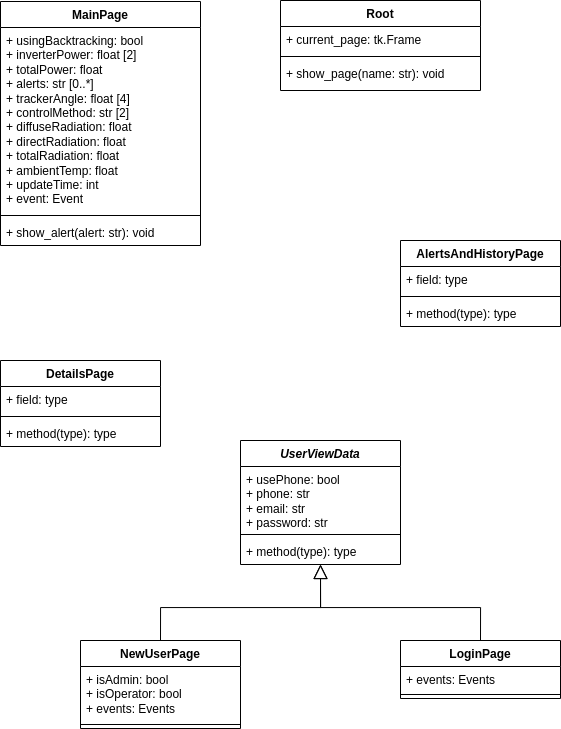
Earlier version of the draw.io export diagrama de classes - view.drawio.png (jaedson-barbosa/supervisorio-solar-ufpb-docs). Source tidied: cells renumbered, new cells last; positions are measured from the earlier drawing's top-left corner, leaving out a move shared by most shapes.
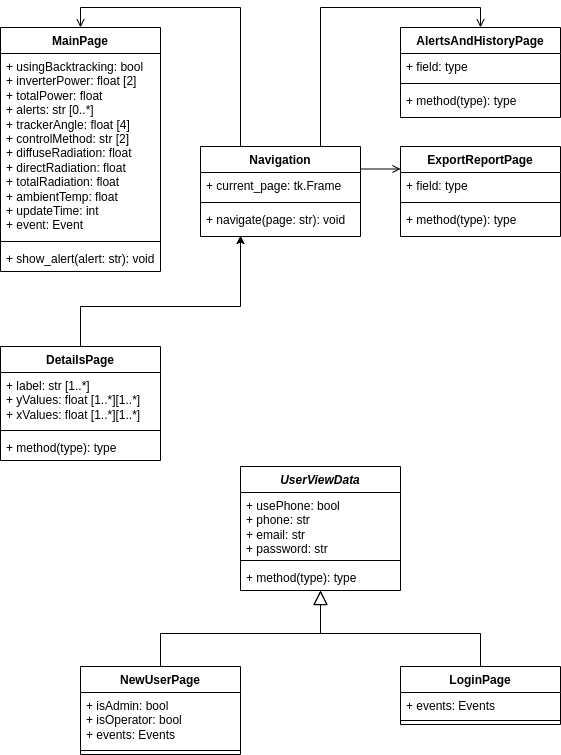
The same file after the commit.

The edit, as a diff of the source:
```diff
@@ -2,17 +2,26 @@
   <root>
     <mxCell id="0" />
     <mxCell id="1" parent="0" />
+    <mxCell id="30" style="edgeStyle=orthogonalEdgeStyle;rounded=0;jettySize=auto;html=1;exitX=0.25;exitY=0;exitDx=0;exitDy=0;entryX=0.5;entryY=0;entryDx=0;entryDy=0;endArrow=open;endFill=0;" parent="1" edge="1" source="2" target="18">
+      <mxGeometry relative="1" as="geometry" />
+    </mxCell>
+    <mxCell id="31" style="edgeStyle=orthogonalEdgeStyle;rounded=0;jettySize=auto;html=1;exitX=0.75;exitY=0;exitDx=0;exitDy=0;entryX=0.5;entryY=0;entryDx=0;entryDy=0;endArrow=open;endFill=0;" parent="1" edge="1" source="2" target="14">
+      <mxGeometry relative="1" as="geometry" />
+    </mxCell>
+    <mxCell id="32" style="edgeStyle=orthogonalEdgeStyle;rounded=0;jettySize=auto;html=1;exitX=1;exitY=0.25;exitDx=0;exitDy=0;entryX=0;entryY=0.25;entryDx=0;entryDy=0;endArrow=open;endFill=0;" parent="1" edge="1" source="2" target="34">
+      <mxGeometry relative="1" as="geometry" />
+    </mxCell>
-    <mxCell id="2" value="Root" style="swimlane;fontStyle=1;align=center;verticalAlign=top;horizontal=1;startSize=26;whiteSpace=wrap;html=1;" parent="1" vertex="1">
-      <mxGeometry x="280" width="200" height="90" as="geometry" />
+    <mxCell id="2" value="Navigation" style="swimlane;fontStyle=1;align=center;verticalAlign=top;horizontal=1;startSize=26;whiteSpace=wrap;html=1;" parent="1" vertex="1">
+      <mxGeometry x="200" y="120" width="160" height="90" as="geometry" />
     </mxCell>
     <mxCell id="3" value="+ current_page: tk.Frame" style="text;strokeColor=none;fillColor=none;align=left;verticalAlign=top;spacingLeft=4;spacingRight=4;overflow=hidden;whiteSpace=wrap;html=1;" parent="2" vertex="1">
-      <mxGeometry y="26" width="200" height="26" as="geometry" />
+      <mxGeometry y="26" width="160" height="26" as="geometry" />
     </mxCell>
     <mxCell id="4" style="line;strokeWidth=1;fillColor=none;align=left;verticalAlign=middle;spacingTop=-1;spacingLeft=3;spacingRight=3;labelPosition=right;strokeColor=inherit;" parent="2" vertex="1">
-      <mxGeometry y="52" width="200" height="8" as="geometry" />
+      <mxGeometry y="52" width="160" height="8" as="geometry" />
     </mxCell>
-    <mxCell id="5" value="+ show_page(name: str): void" style="text;strokeColor=none;fillColor=none;align=left;verticalAlign=top;spacingLeft=4;spacingRight=4;overflow=hidden;points=[[0,0.5],[1,0.5]];portConstraint=eastwest;whiteSpace=wrap;html=1;" parent="2" vertex="1">
-      <mxGeometry y="60" width="200" height="30" as="geometry" />
+    <mxCell id="5" value="+ navigate(page: str): void" style="text;strokeColor=none;fillColor=none;align=left;verticalAlign=top;spacingLeft=4;spacingRight=4;overflow=hidden;points=[[0,0.5],[1,0.5]];portConstraint=eastwest;whiteSpace=wrap;html=1;" parent="2" vertex="1">
+      <mxGeometry y="60" width="160" height="30" as="geometry" />
     </mxCell>
     <mxCell id="6" style="edgeStyle=orthogonalEdgeStyle;rounded=0;jettySize=auto;html=1;exitX=0.5;exitY=0;exitDx=0;exitDy=0;entryX=0.5;entryY=1;entryDx=0;entryDy=0;endArrow=block;endFill=0;endSize=12;" parent="1" edge="1" source="7" target="26">
       <mxGeometry relative="1" as="geometry" />
@@ -39,7 +48,7 @@
       <mxGeometry y="80" width="160" height="8" as="geometry" />
     </mxCell>
     <mxCell id="14" value="AlertsAndHistoryPage" style="swimlane;fontStyle=1;align=center;verticalAlign=top;horizontal=1;startSize=26;whiteSpace=wrap;html=1;" parent="1" vertex="1">
-      <mxGeometry x="400" y="240" width="160" height="86" as="geometry" />
+      <mxGeometry x="400" y="1" width="160" height="90" as="geometry" />
     </mxCell>
     <mxCell id="15" value="+ field: type" style="text;strokeColor=none;fillColor=none;align=left;verticalAlign=top;spacingLeft=4;spacingRight=4;overflow=hidden;whiteSpace=wrap;html=1;" parent="14" vertex="1">
       <mxGeometry y="26" width="160" height="26" as="geometry" />
@@ -48,31 +57,39 @@
       <mxGeometry y="52" width="160" height="8" as="geometry" />
     </mxCell>
     <mxCell id="17" value="+ method(type): type" style="text;strokeColor=none;fillColor=none;align=left;verticalAlign=top;spacingLeft=4;spacingRight=4;overflow=hidden;whiteSpace=wrap;html=1;" parent="14" vertex="1">
-      <mxGeometry y="60" width="160" height="26" as="geometry" />
+      <mxGeometry y="60" width="160" height="30" as="geometry" />
     </mxCell>
     <mxCell id="18" value="MainPage" style="swimlane;fontStyle=1;align=center;verticalAlign=top;horizontal=1;startSize=26;whiteSpace=wrap;html=1;" parent="1" vertex="1">
-      <mxGeometry y="1" width="200" height="244" as="geometry" />
+      <mxGeometry y="1" width="160" height="244" as="geometry" />
     </mxCell>
     <mxCell id="19" value="+ usingBacktracking: bool&lt;br&gt;+ inverterPower: float [2]&lt;br&gt;+ totalPower: float&lt;br&gt;+ alerts: str [0..*]&lt;br&gt;+ trackerAngle: float [4]&lt;br&gt;+ controlMethod: str [2]&lt;br&gt;+ diffuseRadiation: float&lt;br&gt;+ directRadiation: float&lt;br&gt;+ totalRadiation: float&lt;br&gt;+&amp;nbsp;ambientTemp: float&lt;br&gt;+ updateTime: int&lt;br&gt;+ event: Event" style="text;strokeColor=none;fillColor=none;align=left;verticalAlign=top;spacingLeft=4;spacingRight=4;overflow=hidden;whiteSpace=wrap;html=1;" parent="18" vertex="1">
-      <mxGeometry y="26" width="200" height="184" as="geometry" />
+      <mxGeometry y="26" width="160" height="184" as="geometry" />
     </mxCell>
     <mxCell id="20" style="line;strokeWidth=1;fillColor=none;align=left;verticalAlign=middle;spacingTop=-1;spacingLeft=3;spacingRight=3;labelPosition=right;strokeColor=inherit;" parent="18" vertex="1">
-      <mxGeometry y="210" width="200" height="8" as="geometry" />
+      <mxGeometry y="210" width="160" height="8" as="geometry" />
     </mxCell>
     <mxCell id="21" value="+ show_alert(alert: str): void" style="text;strokeColor=none;fillColor=none;align=left;verticalAlign=top;spacingLeft=4;spacingRight=4;overflow=hidden;whiteSpace=wrap;html=1;" parent="18" vertex="1">
-      <mxGeometry y="218" width="200" height="26" as="geometry" />
+      <mxGeometry y="218" width="160" height="26" as="geometry" />
     </mxCell>
+    <mxCell id="33" style="edgeStyle=orthogonalEdgeStyle;rounded=0;jettySize=auto;html=1;exitX=0.5;exitY=0;exitDx=0;exitDy=0;entryX=0.25;entryY=0.967;entryDx=0;entryDy=0;entryPerimeter=0;" parent="1" edge="1" source="22" target="5">
+      <mxGeometry relative="1" as="geometry">
+        <Array as="points">
+          <mxPoint x="80" y="280" />
+          <mxPoint x="240" y="280" />
+        </Array>
+      </mxGeometry>
+    </mxCell>
     <mxCell id="22" value="DetailsPage" style="swimlane;fontStyle=1;align=center;verticalAlign=top;horizontal=1;startSize=26;whiteSpace=wrap;html=1;" parent="1" vertex="1">
-      <mxGeometry y="360" width="160" height="86" as="geometry" />
+      <mxGeometry y="320" width="160" height="114" as="geometry" />
     </mxCell>
-    <mxCell id="23" value="+ field: type" style="text;strokeColor=none;fillColor=none;align=left;verticalAlign=top;spacingLeft=4;spacingRight=4;overflow=hidden;whiteSpace=wrap;html=1;" parent="22" vertex="1">
-      <mxGeometry y="26" width="160" height="26" as="geometry" />
+    <mxCell id="23" value="+ label: str [1..*]&lt;br&gt;+ yValues: float [1..*][1..*]&lt;br&gt;+ xValues: float [1..*][1..*]" style="text;strokeColor=none;fillColor=none;align=left;verticalAlign=top;spacingLeft=4;spacingRight=4;overflow=hidden;whiteSpace=wrap;html=1;" parent="22" vertex="1">
+      <mxGeometry y="26" width="160" height="54" as="geometry" />
     </mxCell>
     <mxCell id="24" style="line;strokeWidth=1;fillColor=none;align=left;verticalAlign=middle;spacingTop=-1;spacingLeft=3;spacingRight=3;labelPosition=right;strokeColor=inherit;" parent="22" vertex="1">
-      <mxGeometry y="52" width="160" height="8" as="geometry" />
+      <mxGeometry y="80" width="160" height="8" as="geometry" />
     </mxCell>
     <mxCell id="25" value="+ method(type): type" style="text;strokeColor=none;fillColor=none;align=left;verticalAlign=top;spacingLeft=4;spacingRight=4;overflow=hidden;whiteSpace=wrap;html=1;" parent="22" vertex="1">
-      <mxGeometry y="60" width="160" height="26" as="geometry" />
+      <mxGeometry y="88" width="160" height="26" as="geometry" />
     </mxCell>
     <mxCell id="26" value="&lt;i&gt;UserViewData&lt;/i&gt;" style="swimlane;fontStyle=1;align=center;verticalAlign=top;horizontal=1;startSize=26;whiteSpace=wrap;html=1;" parent="1" vertex="1">
       <mxGeometry x="240" y="440" width="160" height="124" as="geometry" />
@@ -86,5 +103,17 @@
     <mxCell id="29" value="+ method(type): type" style="text;strokeColor=none;fillColor=none;align=left;verticalAlign=top;spacingLeft=4;spacingRight=4;overflow=hidden;points=[[0,0.5],[1,0.5]];portConstraint=eastwest;whiteSpace=wrap;html=1;" parent="26" vertex="1">
       <mxGeometry y="98" width="160" height="26" as="geometry" />
     </mxCell>
+    <mxCell id="34" value="ExportReportPage" style="swimlane;fontStyle=1;align=center;verticalAlign=top;horizontal=1;startSize=26;whiteSpace=wrap;html=1;" parent="1" vertex="1">
+      <mxGeometry x="400" y="120" width="160" height="90" as="geometry" />
+    </mxCell>
+    <mxCell id="35" value="+ field: type" style="text;strokeColor=none;fillColor=none;align=left;verticalAlign=top;spacingLeft=4;spacingRight=4;overflow=hidden;whiteSpace=wrap;html=1;" parent="34" vertex="1">
+      <mxGeometry y="26" width="160" height="26" as="geometry" />
+    </mxCell>
+    <mxCell id="36" style="line;strokeWidth=1;fillColor=none;align=left;verticalAlign=middle;spacingTop=-1;spacingLeft=3;spacingRight=3;labelPosition=right;strokeColor=inherit;" parent="34" vertex="1">
+      <mxGeometry y="52" width="160" height="8" as="geometry" />
+    </mxCell>
+    <mxCell id="37" value="+ method(type): type" style="text;strokeColor=none;fillColor=none;align=left;verticalAlign=top;spacingLeft=4;spacingRight=4;overflow=hidden;whiteSpace=wrap;html=1;" parent="34" vertex="1">
+      <mxGeometry y="60" width="160" height="30" as="geometry" />
+    </mxCell>
   </root>
 </mxGraphModel>
```
